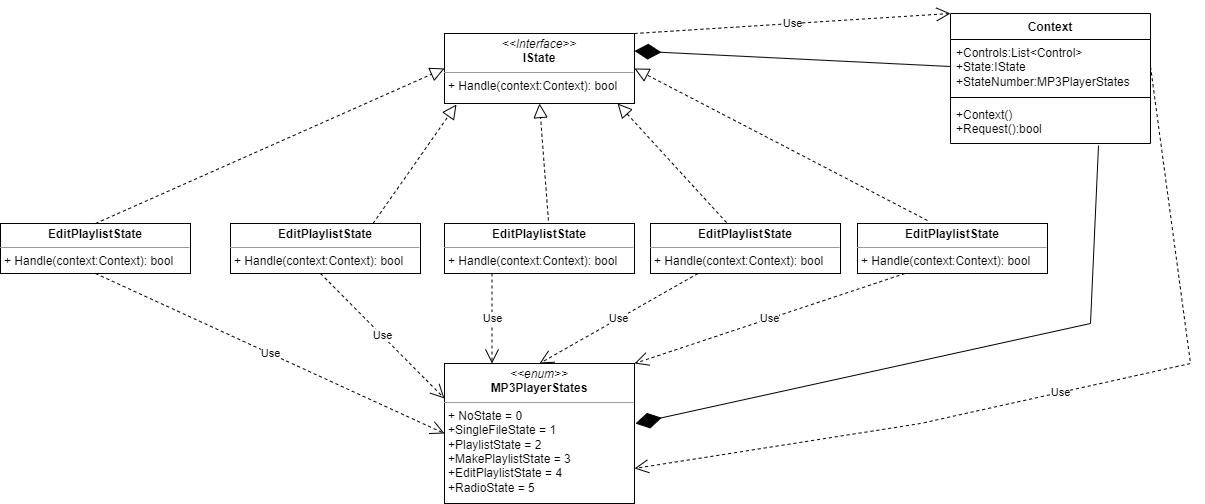
Before: Alte anexe la documentatie/Diagrama clase StateChange.png, a diagram exported from draw.io (DancauRares-Andrei/proiect-IngineriaProgramarii). Source tidied: cells renumbered, new cells last; positions are measured from the earlier drawing's top-left corner, leaving out a move shared by most shapes.
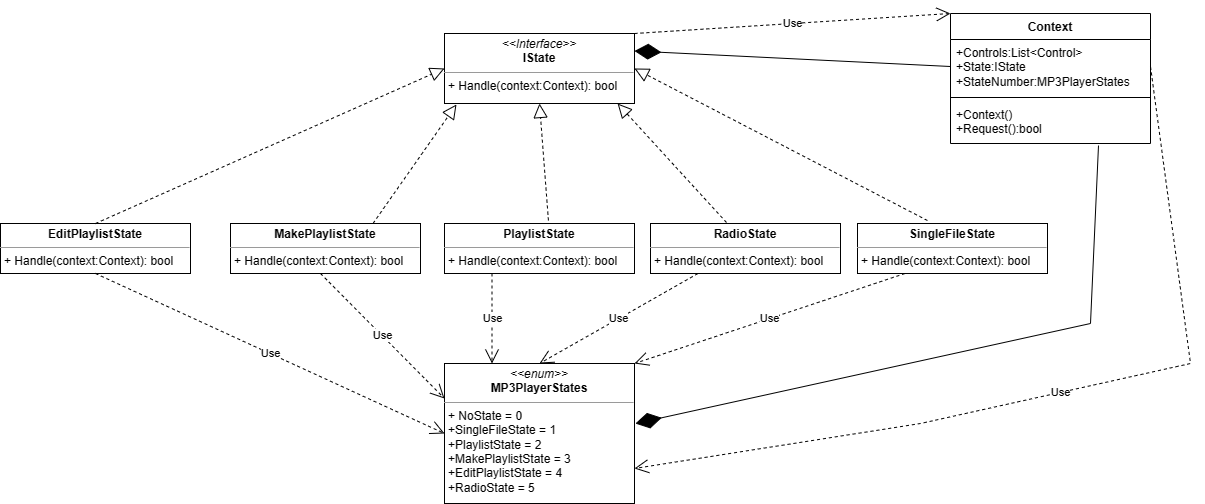
The same diagram one commit later.

Commit message:
Corectare diagrama StateChange

The edit, as a diff of the source:
```diff
@@ -8,16 +8,16 @@
     <mxCell id="3" value="&lt;p style=&quot;margin:0px;margin-top:4px;text-align:center;&quot;&gt;&lt;b&gt;EditPlaylistState&lt;/b&gt;&lt;/p&gt;&lt;hr size=&quot;1&quot;&gt;&lt;p style=&quot;margin:0px;margin-left:4px;&quot;&gt;+ Handle(context:Context): bool&lt;br&gt;&lt;/p&gt;" style="verticalAlign=top;align=left;overflow=fill;fontSize=12;fontFamily=Helvetica;html=1;whiteSpace=wrap;" parent="1" vertex="1">
       <mxGeometry y="210" width="190" height="50" as="geometry" />
     </mxCell>
-    <mxCell id="4" value="&lt;p style=&quot;margin:0px;margin-top:4px;text-align:center;&quot;&gt;&lt;b&gt;EditPlaylistState&lt;/b&gt;&lt;/p&gt;&lt;hr size=&quot;1&quot;&gt;&lt;p style=&quot;margin:0px;margin-left:4px;&quot;&gt;+ Handle(context:Context): bool&lt;br&gt;&lt;/p&gt;" style="verticalAlign=top;align=left;overflow=fill;fontSize=12;fontFamily=Helvetica;html=1;whiteSpace=wrap;" parent="1" vertex="1">
+    <mxCell id="4" value="&lt;p style=&quot;margin:0px;margin-top:4px;text-align:center;&quot;&gt;&lt;b&gt;MakePlaylistState&lt;/b&gt;&lt;/p&gt;&lt;hr size=&quot;1&quot;&gt;&lt;p style=&quot;margin:0px;margin-left:4px;&quot;&gt;+ Handle(context:Context): bool&lt;br&gt;&lt;/p&gt;" style="verticalAlign=top;align=left;overflow=fill;fontSize=12;fontFamily=Helvetica;html=1;whiteSpace=wrap;" parent="1" vertex="1">
       <mxGeometry x="230" y="210" width="190" height="50" as="geometry" />
     </mxCell>
-    <mxCell id="5" value="&lt;p style=&quot;margin:0px;margin-top:4px;text-align:center;&quot;&gt;&lt;b&gt;EditPlaylistState&lt;/b&gt;&lt;/p&gt;&lt;hr size=&quot;1&quot;&gt;&lt;p style=&quot;margin:0px;margin-left:4px;&quot;&gt;+ Handle(context:Context): bool&lt;br&gt;&lt;/p&gt;" style="verticalAlign=top;align=left;overflow=fill;fontSize=12;fontFamily=Helvetica;html=1;whiteSpace=wrap;" parent="1" vertex="1">
+    <mxCell id="5" value="&lt;p style=&quot;margin:0px;margin-top:4px;text-align:center;&quot;&gt;&lt;b&gt;PlaylistState&lt;/b&gt;&lt;/p&gt;&lt;hr size=&quot;1&quot;&gt;&lt;p style=&quot;margin:0px;margin-left:4px;&quot;&gt;+ Handle(context:Context): bool&lt;br&gt;&lt;/p&gt;" style="verticalAlign=top;align=left;overflow=fill;fontSize=12;fontFamily=Helvetica;html=1;whiteSpace=wrap;" parent="1" vertex="1">
       <mxGeometry x="444" y="210" width="190" height="50" as="geometry" />
     </mxCell>
-    <mxCell id="6" value="&lt;p style=&quot;margin:0px;margin-top:4px;text-align:center;&quot;&gt;&lt;b&gt;EditPlaylistState&lt;/b&gt;&lt;/p&gt;&lt;hr size=&quot;1&quot;&gt;&lt;p style=&quot;margin:0px;margin-left:4px;&quot;&gt;+ Handle(context:Context): bool&lt;br&gt;&lt;/p&gt;" style="verticalAlign=top;align=left;overflow=fill;fontSize=12;fontFamily=Helvetica;html=1;whiteSpace=wrap;" parent="1" vertex="1">
+    <mxCell id="6" value="&lt;p style=&quot;margin:0px;margin-top:4px;text-align:center;&quot;&gt;&lt;b&gt;RadioState&lt;/b&gt;&lt;/p&gt;&lt;hr size=&quot;1&quot;&gt;&lt;p style=&quot;margin:0px;margin-left:4px;&quot;&gt;+ Handle(context:Context): bool&lt;br&gt;&lt;/p&gt;" style="verticalAlign=top;align=left;overflow=fill;fontSize=12;fontFamily=Helvetica;html=1;whiteSpace=wrap;" parent="1" vertex="1">
       <mxGeometry x="650" y="210" width="190" height="50" as="geometry" />
     </mxCell>
-    <mxCell id="7" value="&lt;p style=&quot;margin:0px;margin-top:4px;text-align:center;&quot;&gt;&lt;b&gt;EditPlaylistState&lt;/b&gt;&lt;/p&gt;&lt;hr size=&quot;1&quot;&gt;&lt;p style=&quot;margin:0px;margin-left:4px;&quot;&gt;+ Handle(context:Context): bool&lt;br&gt;&lt;/p&gt;" style="verticalAlign=top;align=left;overflow=fill;fontSize=12;fontFamily=Helvetica;html=1;whiteSpace=wrap;" parent="1" vertex="1">
+    <mxCell id="7" value="&lt;p style=&quot;margin:0px;margin-top:4px;text-align:center;&quot;&gt;&lt;b&gt;SingleFileState&lt;/b&gt;&lt;/p&gt;&lt;hr size=&quot;1&quot;&gt;&lt;p style=&quot;margin:0px;margin-left:4px;&quot;&gt;+ Handle(context:Context): bool&lt;br&gt;&lt;/p&gt;" style="verticalAlign=top;align=left;overflow=fill;fontSize=12;fontFamily=Helvetica;html=1;whiteSpace=wrap;" parent="1" vertex="1">
       <mxGeometry x="857" y="210" width="190" height="50" as="geometry" />
     </mxCell>
     <mxCell id="8" style="endArrow=block;dashed=1;endFill=0;endSize=12;html=1;rounded=0;entryX=0;entryY=0.5;entryDx=0;entryDy=0;exitX=0.5;exitY=0;exitDx=0;exitDy=0;" parent="1" edge="1" source="3" target="2">
```
